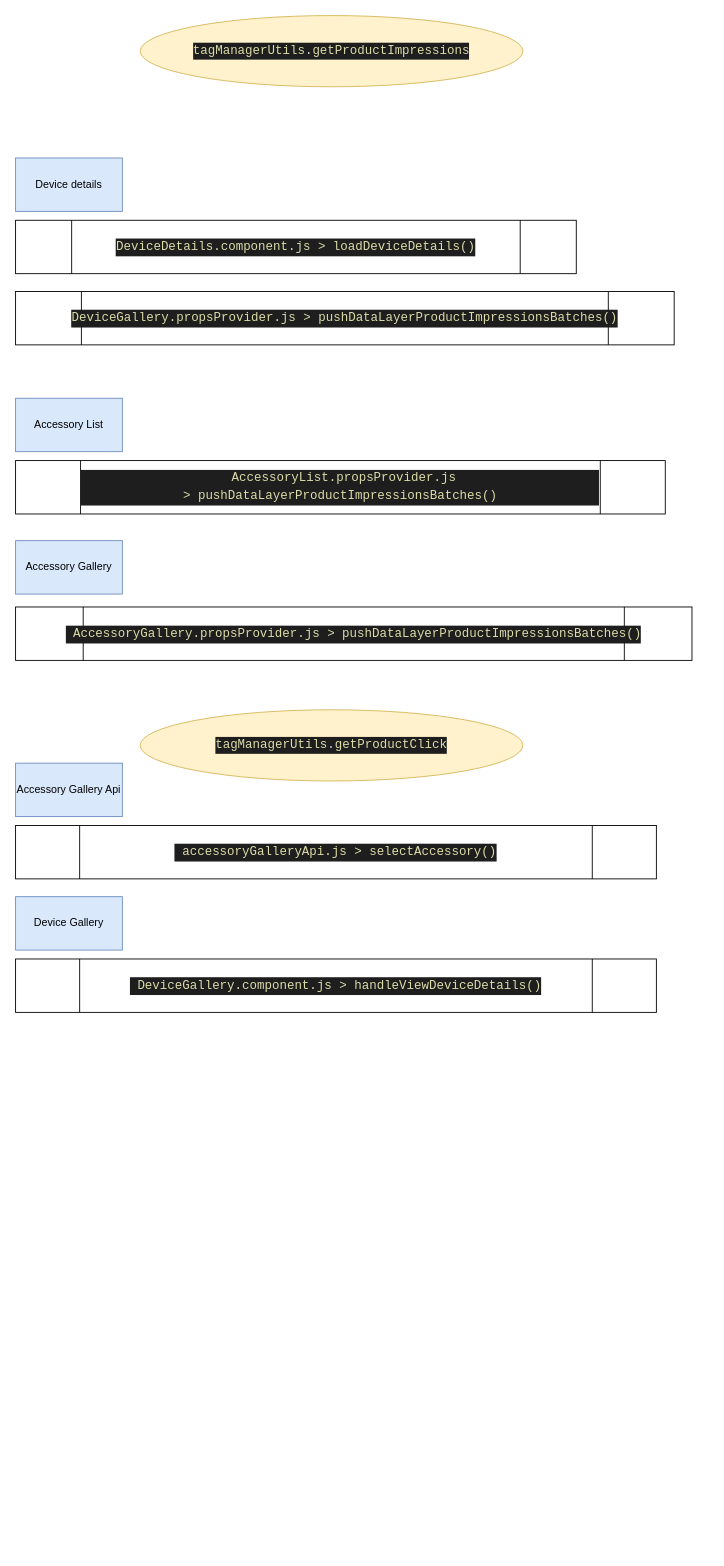
Before: USCC-20078.drawio in PratikBali/flowchart, a draw.io diagram. Source tidied: cells renumbered, new cells numbered last; positions are measured from the earlier drawing's top-left corner, leaving out a move shared by most shapes. Both pictures are drawn from the tidied source at 89%, with x=0, y=0 at pixel (15, 15).
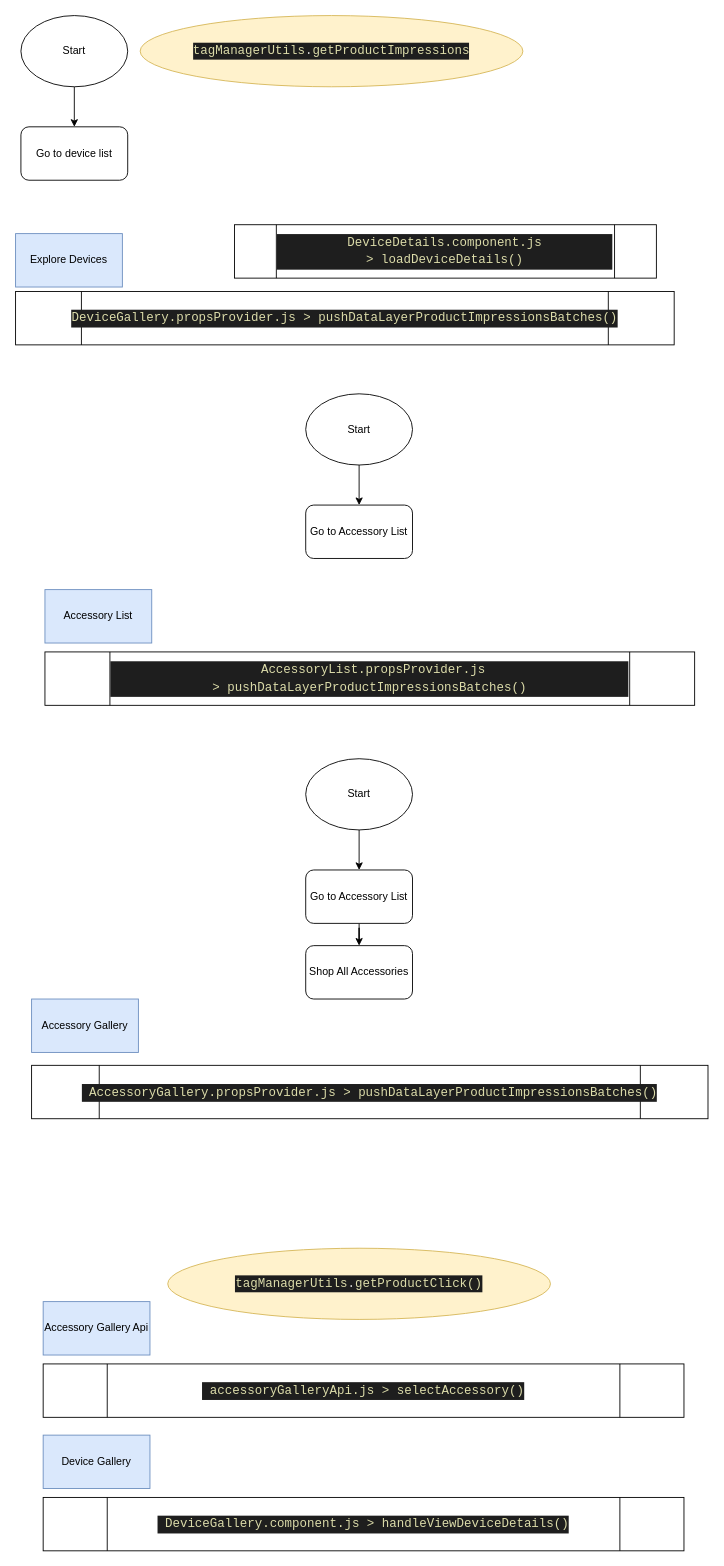
The same page after the edit.

The edit, as a diff of the source:
```diff
@@
-    <mxCell id="2" value="Device details" style="rounded=0;whiteSpace=wrap;html=1;fillColor=#dae8fc;strokeColor=#6c8ebf;" parent="1" vertex="1">
-      <mxGeometry y="160" width="120" height="60" as="geometry" />
+    <mxCell id="2" value="Explore Devices" style="rounded=0;whiteSpace=wrap;html=1;fillColor=#dae8fc;strokeColor=#6c8ebf;" parent="1" vertex="1">
+      <mxGeometry y="245" width="120" height="60" as="geometry" />
     </mxCell>
     <mxCell id="3" value="&lt;div style=&quot;background-color: rgb(30, 30, 30); line-height: 19px;&quot;&gt;&lt;div style=&quot;line-height: 19px;&quot;&gt;&lt;div style=&quot;line-height: 19px;&quot;&gt;&lt;font face=&quot;Consolas, Courier New, monospace&quot; color=&quot;#dcdcaa&quot;&gt;&lt;span style=&quot;font-size: 14px;&quot;&gt;DeviceDetails.component.js &amp;gt;&amp;nbsp;&lt;/span&gt;&lt;/font&gt;&lt;span style=&quot;color: rgb(220, 220, 170); font-family: Consolas, &amp;quot;Courier New&amp;quot;, monospace; font-size: 14px;&quot;&gt;loadDeviceDetails()&lt;/span&gt;&lt;/div&gt;&lt;/div&gt;&lt;/div&gt;" style="shape=process;whiteSpace=wrap;html=1;backgroundOutline=1;" parent="1" vertex="1">
-      <mxGeometry y="230" width="630" height="60" as="geometry" />
+      <mxGeometry x="246" y="235" width="474" height="60" as="geometry" />
     </mxCell>
@@
     <mxCell id="5" value="&lt;div style=&quot;background-color: rgb(30, 30, 30); line-height: 19px;&quot;&gt;&lt;div style=&quot;line-height: 19px;&quot;&gt;&lt;div style=&quot;line-height: 19px;&quot;&gt;&lt;font face=&quot;Consolas, Courier New, monospace&quot; color=&quot;#dcdcaa&quot;&gt;&lt;span style=&quot;font-size: 14px;&quot;&gt;&amp;nbsp;AccessoryList.propsProvider.js &amp;gt;&amp;nbsp;&lt;/span&gt;&lt;/font&gt;&lt;span style=&quot;color: rgb(220, 220, 170); font-family: Consolas, &amp;quot;Courier New&amp;quot;, monospace; font-size: 14px;&quot;&gt;pushDataLayerProductImpressionsBatches()&lt;/span&gt;&lt;/div&gt;&lt;/div&gt;&lt;/div&gt;" style="shape=process;whiteSpace=wrap;html=1;backgroundOutline=1;" parent="1" vertex="1">
-      <mxGeometry y="500" width="730" height="60" as="geometry" />
+      <mxGeometry x="33" y="715" width="730" height="60" as="geometry" />
     </mxCell>
     <mxCell id="6" value="&lt;div style=&quot;background-color: rgb(30, 30, 30); line-height: 19px;&quot;&gt;&lt;div style=&quot;line-height: 19px;&quot;&gt;&lt;div style=&quot;line-height: 19px;&quot;&gt;&lt;font face=&quot;Consolas, Courier New, monospace&quot; color=&quot;#dcdcaa&quot;&gt;&lt;span style=&quot;font-size: 14px;&quot;&gt;&amp;nbsp;AccessoryGallery.propsProvider.js&amp;nbsp;&amp;gt;&amp;nbsp;&lt;/span&gt;&lt;/font&gt;&lt;span style=&quot;color: rgb(220, 220, 170); font-family: Consolas, &amp;quot;Courier New&amp;quot;, monospace; font-size: 14px;&quot;&gt;pushDataLayerProductImpressionsBatches()&lt;/span&gt;&lt;/div&gt;&lt;/div&gt;&lt;/div&gt;" style="shape=process;whiteSpace=wrap;html=1;backgroundOutline=1;" parent="1" vertex="1">
-      <mxGeometry y="664.5" width="760" height="60" as="geometry" />
+      <mxGeometry x="18" y="1179.5" width="760" height="60" as="geometry" />
     </mxCell>
     <mxCell id="7" value="Accessory Gallery" style="whiteSpace=wrap;html=1;fillColor=#dae8fc;strokeColor=#6c8ebf;" parent="1" vertex="1">
-      <mxGeometry y="590" width="120" height="60" as="geometry" />
+      <mxGeometry x="18" y="1105" width="120" height="60" as="geometry" />
     </mxCell>
     <mxCell id="8" value="Accessory List" style="whiteSpace=wrap;html=1;fillColor=#dae8fc;strokeColor=#6c8ebf;" parent="1" vertex="1">
-      <mxGeometry y="430" width="120" height="60" as="geometry" />
+      <mxGeometry x="33" y="645" width="120" height="60" as="geometry" />
     </mxCell>
@@
-    <mxCell id="10" value="&lt;div style=&quot;color: rgb(212, 212, 212); background-color: rgb(30, 30, 30); font-family: Consolas, &amp;quot;Courier New&amp;quot;, monospace; font-size: 14px; line-height: 19px;&quot;&gt;&lt;span style=&quot;color: #dcdcaa;&quot;&gt;tagManagerUtils&lt;/span&gt;.&lt;span style=&quot;color: #dcdcaa;&quot;&gt;getProductClick&lt;/span&gt;&lt;/div&gt;" style="ellipse;whiteSpace=wrap;html=1;fillColor=#fff2cc;strokeColor=#d6b656;" parent="1" vertex="1">
-      <mxGeometry x="140" y="780" width="430" height="80" as="geometry" />
+    <mxCell id="10" value="&lt;div style=&quot;color: rgb(212, 212, 212); background-color: rgb(30, 30, 30); font-family: Consolas, &amp;quot;Courier New&amp;quot;, monospace; font-size: 14px; line-height: 19px;&quot;&gt;&lt;span style=&quot;color: #dcdcaa;&quot;&gt;tagManagerUtils&lt;/span&gt;.&lt;span style=&quot;color: #dcdcaa;&quot;&gt;getProductClick()&lt;/span&gt;&lt;/div&gt;" style="ellipse;whiteSpace=wrap;html=1;fillColor=#fff2cc;strokeColor=#d6b656;" parent="1" vertex="1">
+      <mxGeometry x="171" y="1385" width="430" height="80" as="geometry" />
     </mxCell>
     <mxCell id="11" value="&lt;div style=&quot;background-color: rgb(30, 30, 30); line-height: 19px;&quot;&gt;&lt;div style=&quot;line-height: 19px;&quot;&gt;&lt;div style=&quot;line-height: 19px;&quot;&gt;&lt;font face=&quot;Consolas, Courier New, monospace&quot; color=&quot;#dcdcaa&quot;&gt;&lt;span style=&quot;font-size: 14px;&quot;&gt;&amp;nbsp;accessoryGalleryApi.js&amp;nbsp;&amp;gt;&amp;nbsp;&lt;/span&gt;&lt;/font&gt;&lt;span style=&quot;color: rgb(220, 220, 170); font-family: Consolas, &amp;quot;Courier New&amp;quot;, monospace; font-size: 14px;&quot;&gt;selectAccessory()&lt;/span&gt;&lt;/div&gt;&lt;/div&gt;&lt;/div&gt;" style="shape=process;whiteSpace=wrap;html=1;backgroundOutline=1;" parent="1" vertex="1">
-      <mxGeometry y="910" width="720" height="60" as="geometry" />
+      <mxGeometry x="31" y="1515" width="720" height="60" as="geometry" />
     </mxCell>
     <mxCell id="12" value="&lt;div style=&quot;background-color: rgb(30, 30, 30); line-height: 19px;&quot;&gt;&lt;div style=&quot;line-height: 19px;&quot;&gt;&lt;div style=&quot;line-height: 19px;&quot;&gt;&lt;font face=&quot;Consolas, Courier New, monospace&quot; color=&quot;#dcdcaa&quot;&gt;&lt;span style=&quot;font-size: 14px;&quot;&gt;&amp;nbsp;DeviceGallery.component.js &amp;gt;&amp;nbsp;&lt;/span&gt;&lt;/font&gt;&lt;span style=&quot;color: rgb(220, 220, 170); font-family: Consolas, &amp;quot;Courier New&amp;quot;, monospace; font-size: 14px;&quot;&gt;handleViewDeviceDetails&lt;/span&gt;&lt;span style=&quot;color: rgb(220, 220, 170); font-family: Consolas, &amp;quot;Courier New&amp;quot;, monospace; font-size: 14px;&quot;&gt;()&lt;/span&gt;&lt;br&gt;&lt;/div&gt;&lt;/div&gt;&lt;/div&gt;" style="shape=process;whiteSpace=wrap;html=1;backgroundOutline=1;" parent="1" vertex="1">
-      <mxGeometry y="1060" width="720" height="60" as="geometry" />
+      <mxGeometry x="31" y="1665" width="720" height="60" as="geometry" />
     </mxCell>
     <mxCell id="13" value="Device Gallery" style="rounded=0;whiteSpace=wrap;html=1;fillColor=#dae8fc;strokeColor=#6c8ebf;" parent="1" vertex="1">
-      <mxGeometry y="990" width="120" height="60" as="geometry" />
+      <mxGeometry x="31" y="1595" width="120" height="60" as="geometry" />
     </mxCell>
     <mxCell id="14" value="Accessory Gallery Api" style="rounded=0;whiteSpace=wrap;html=1;fillColor=#dae8fc;strokeColor=#6c8ebf;" parent="1" vertex="1">
-      <mxGeometry y="840" width="120" height="60" as="geometry" />
+      <mxGeometry x="31" y="1445" width="120" height="60" as="geometry" />
     </mxCell>
+    <mxCell id="15" value="Go to device list" style="rounded=1;whiteSpace=wrap;html=1;" parent="1" vertex="1">
+      <mxGeometry x="6" y="125" width="120" height="60" as="geometry" />
+    </mxCell>
+    <mxCell id="16" style="edgeStyle=orthogonalEdgeStyle;rounded=0;jettySize=auto;html=1;" parent="1" edge="1" source="17" target="15">
+      <mxGeometry relative="1" as="geometry" />
+    </mxCell>
+    <mxCell id="17" value="Start" style="ellipse;whiteSpace=wrap;html=1;" parent="1" vertex="1">
+      <mxGeometry x="6" width="120" height="80" as="geometry" />
+    </mxCell>
+    <mxCell id="18" value="Go to Accessory List" style="rounded=1;whiteSpace=wrap;html=1;" parent="1" vertex="1">
+      <mxGeometry x="326" y="550" width="120" height="60" as="geometry" />
+    </mxCell>
+    <mxCell id="19" style="edgeStyle=orthogonalEdgeStyle;rounded=0;jettySize=auto;html=1;" parent="1" edge="1" source="20" target="18">
+      <mxGeometry relative="1" as="geometry" />
+    </mxCell>
+    <mxCell id="20" value="Start" style="ellipse;whiteSpace=wrap;html=1;" parent="1" vertex="1">
+      <mxGeometry x="326" y="425" width="120" height="80" as="geometry" />
+    </mxCell>
+    <mxCell id="21" style="edgeStyle=orthogonalEdgeStyle;rounded=0;jettySize=auto;html=1;" parent="1" edge="1" source="22" target="25">
+      <mxGeometry relative="1" as="geometry" />
+    </mxCell>
+    <mxCell id="22" value="Go to Accessory List" style="rounded=1;whiteSpace=wrap;html=1;" parent="1" vertex="1">
+      <mxGeometry x="326" y="960" width="120" height="60" as="geometry" />
+    </mxCell>
+    <mxCell id="23" style="edgeStyle=orthogonalEdgeStyle;rounded=0;jettySize=auto;html=1;" parent="1" edge="1" source="24" target="22">
+      <mxGeometry relative="1" as="geometry" />
+    </mxCell>
+    <mxCell id="24" value="Start" style="ellipse;whiteSpace=wrap;html=1;" parent="1" vertex="1">
+      <mxGeometry x="326" y="835" width="120" height="80" as="geometry" />
+    </mxCell>
+    <mxCell id="25" value="Shop All Accessories" style="whiteSpace=wrap;html=1;rounded=1;" parent="1" vertex="1">
+      <mxGeometry x="326" y="1045" width="120" height="60" as="geometry" />
+    </mxCell>
```
